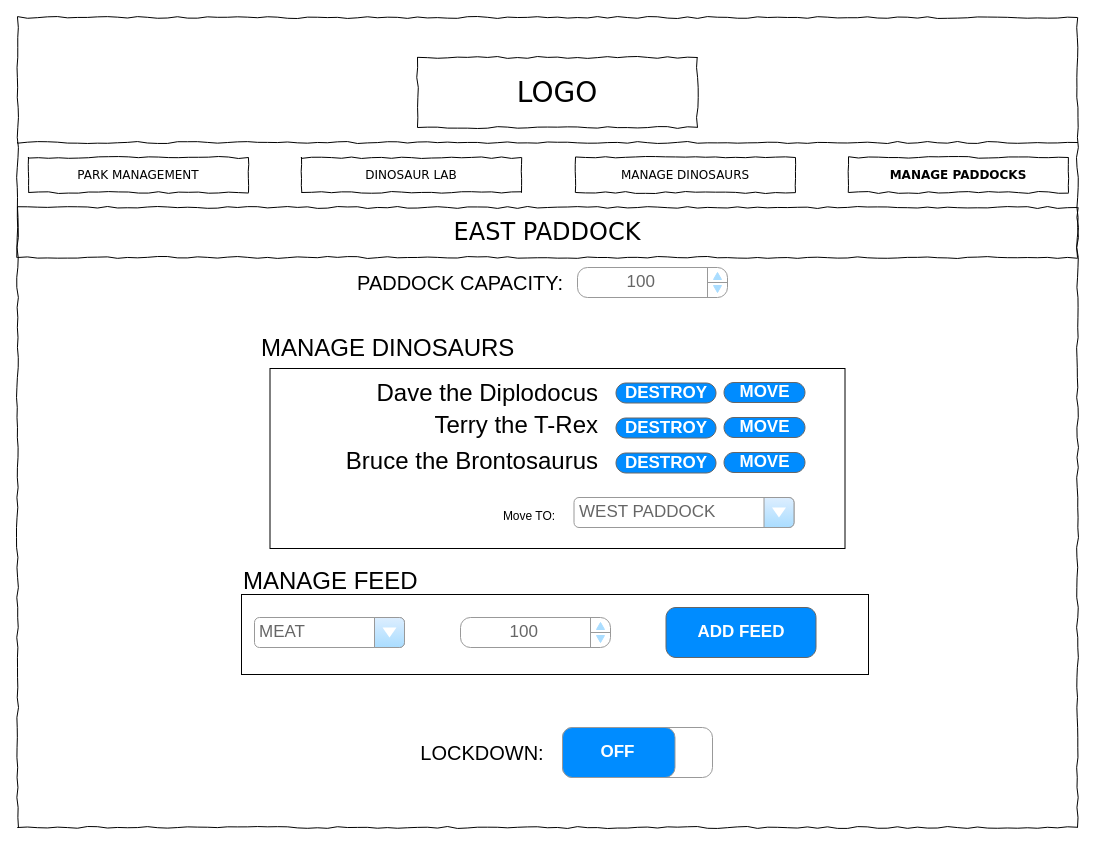
joshua-gibson/jurassic_park_project keeps this draw.io diagram as page "PADDOCK DETAILS" (5 of 5) of documents/jurassic_park_wireframe.drawio. Above is the earlier version. Source tidied: cells renumbered, new cells numbered last; positions are measured from the earlier drawing's top-left corner, leaving out a move shared by most shapes. Both pictures are drawn from the tidied source at 100%, with x=0, y=0 at pixel (17, 17).
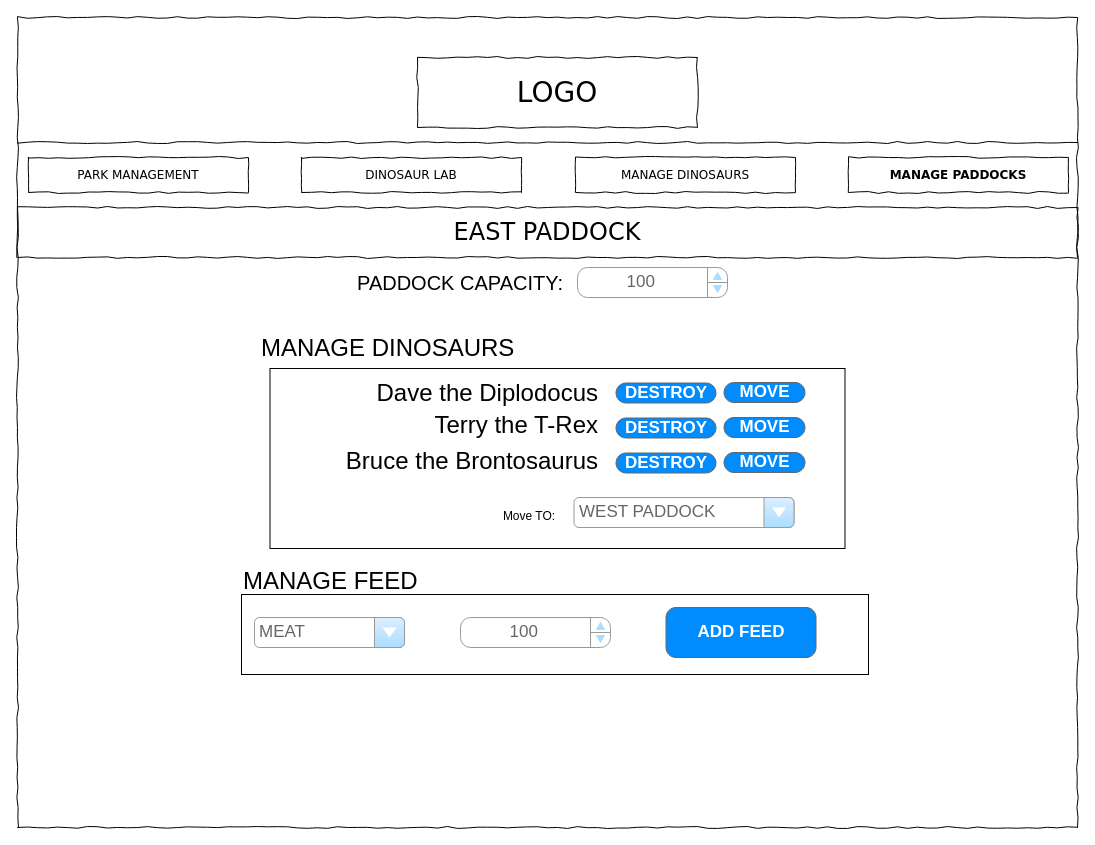
The same diagram, later.

Commit message:
changed the lockdown button on documentation

What changed in the source:
```diff
@@
-    <mxCell id="19" value="OFF" style="strokeWidth=1;shadow=0;dashed=0;align=center;html=1;shape=mxgraph.mockup.buttons.onOffButton;fillColor=#ffffff;gradientColor=none;strokeColor=#999999;buttonState=on;fillColor2=#008cff;fontColor=#ffffff;fontSize=17;mainText=;spacingRight=40;fontStyle=1;" parent="1" vertex="1">
-      <mxGeometry x="545" y="710" width="150" height="50" as="geometry" />
-    </mxCell>
-    <mxCell id="20" value="LOCKDOWN:" style="text;html=1;strokeColor=none;fillColor=none;align=center;verticalAlign=middle;whiteSpace=wrap;rounded=0;fontSize=20;" parent="1" vertex="1">
-      <mxGeometry x="445" y="725" width="40" height="20" as="geometry" />
-    </mxCell>
```
